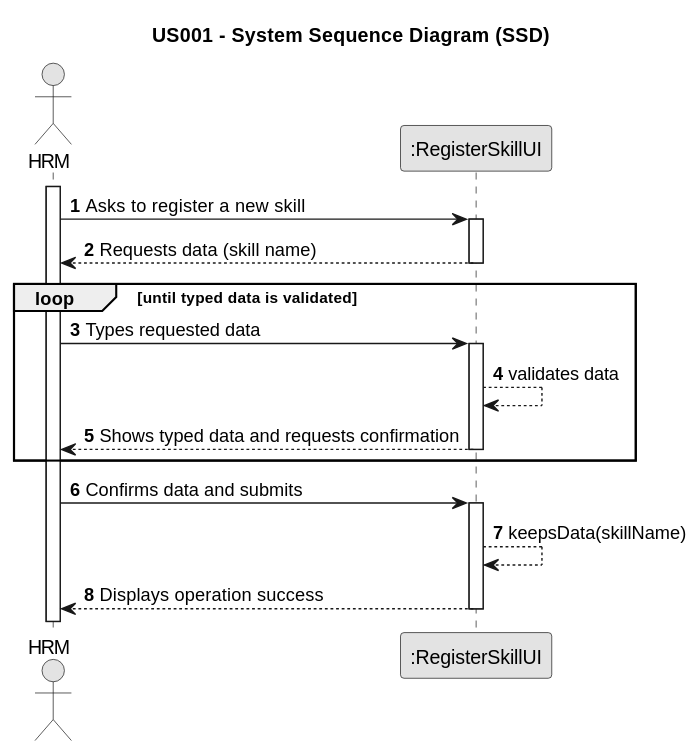
Above: docs/sprintB/us001/01.requirements-engineering/svg/us001-system-sequence-diagram.svg in Rui-San/LAPR2_2023_2024 (PlantUML), before the change.
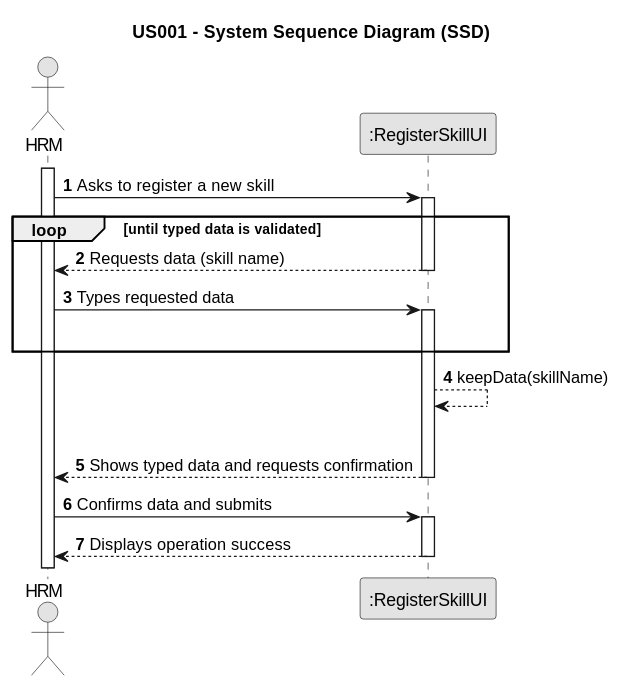
After the change.

Commit message:
US001 - Fixed SSD based on System Sequence

Diff of the diagram source:
```diff
@@ -14,19 +14,26 @@
 
     Employee -> System : Asks to register a new skill
     activate System
-
+loop until typed data is validated
         System --> Employee : Requests data (skill name)
     deactivate System
-    loop until typed data is validated
+
     Employee -> System : Types requested data
     activate System
-        System --> System : validates data
+    |||
+    end
+
+        System --> System : keepData(skillName)
+        |||
+
         System --> Employee : Shows typed data and requests confirmation
+
     deactivate System
-end
+
     Employee -> System : Confirms data and submits
     activate System
-        System --> System : keepsData(skillName)
+
+
         System --> Employee : Displays operation success
-    deactivate System
+        deactivate System
 @enduml
```
